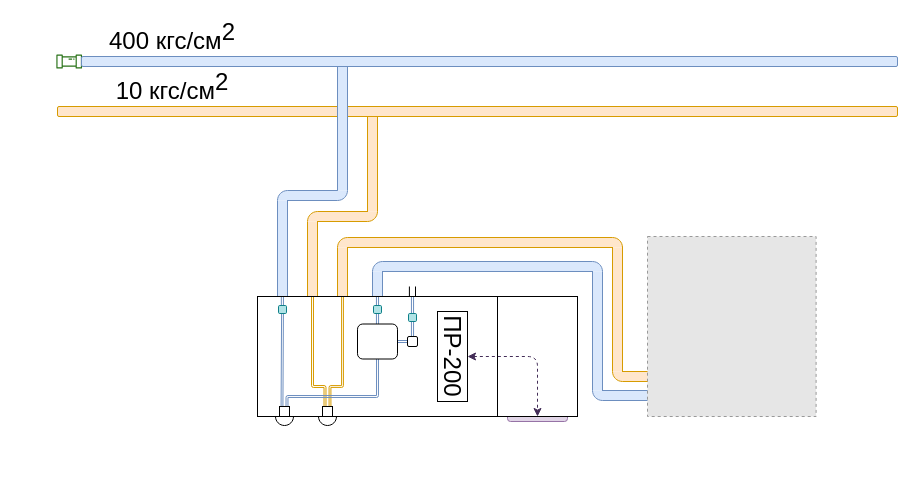
Above: Arhitecture.drawio in wolkoduff/- (draw.io), before the change. Source tidied: cells renumbered, new cells numbered last; positions are measured from the earlier drawing's top-left corner, leaving out a move shared by most shapes. Both pictures are drawn from the tidied source at 100%, with x=0, y=0 at pixel (56, 26). Pictures stored in the file or linked from it are replaced by grey dashed boxes.
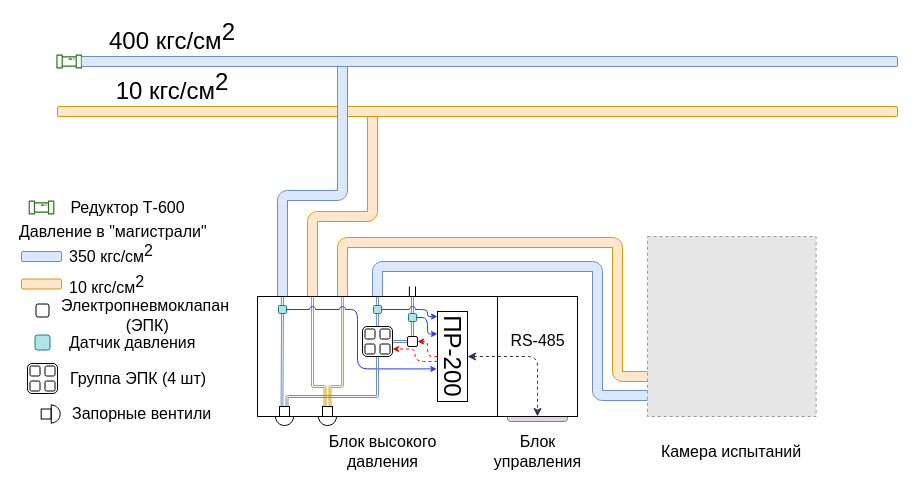
The same page after the edit.

The change refers to these unchanged cells:
```xml
<mxCell id="19" style="edgeStyle=orthogonalEdgeStyle;rounded=1;jettySize=auto;html=1;exitX=0.5;exitY=0;exitDx=0;exitDy=0;entryX=0.5;entryY=1;entryDx=0;entryDy=0;fontSize=24;startArrow=classic;startFill=1;dashed=1;fillColor=#76608a;strokeColor=#432D57;" parent="1" edge="1" source="81" target="18">
  <mxGeometry relative="1" as="geometry">
    <Array as="points">
      <mxPoint x="481" y="330" />
    </Array>
  </mxGeometry>
</mxCell>
<mxCell id="81" value="ПР-200" style="rounded=0;whiteSpace=wrap;html=1;fontSize=24;rotation=90;" parent="1" vertex="1">
  <mxGeometry x="351" y="315" width="90" height="30" as="geometry" />
</mxCell>
<mxCell id="92" style="rounded=1;whiteSpace=wrap;html=1;fontSize=24;glass=0;fillColor=#b0e3e6;strokeColor=#0e8088;" parent="1" vertex="1">
  <mxGeometry x="222" y="279" width="8" height="8" as="geometry" />
</mxCell>
<mxCell id="93" style="rounded=1;whiteSpace=wrap;html=1;fontSize=24;glass=0;" parent="1" vertex="1">
  <mxGeometry x="351" y="310" width="10" height="10" as="geometry" />
</mxCell>
<mxCell id="94" style="rounded=1;whiteSpace=wrap;html=1;fontSize=24;glass=0;fillColor=#b0e3e6;strokeColor=#0e8088;" parent="1" vertex="1">
  <mxGeometry x="317" y="279" width="8" height="8" as="geometry" />
</mxCell>
<mxCell id="95" style="rounded=1;whiteSpace=wrap;html=1;fontSize=24;glass=0;fillColor=#b0e3e6;strokeColor=#0e8088;" parent="1" vertex="1">
  <mxGeometry x="352" y="287" width="8" height="8" as="geometry" />
</mxCell>
```

What changed in the source:
```diff
@@
+    <mxCell id="99" value="RS-485" style="edgeLabel;html=1;align=center;verticalAlign=middle;fontSize=16;" parent="19" vertex="1">
+      <mxGeometry x="-0.12" relative="1" as="geometry">
+        <mxPoint x="12" y="-17" as="offset" />
+      </mxGeometry>
+    </mxCell>
@@
+    <mxCell id="100" style="edgeStyle=orthogonalEdgeStyle;rounded=1;jumpStyle=arc;jumpSize=6;jettySize=auto;html=1;exitX=1;exitY=0.5;exitDx=0;exitDy=0;entryX=0.638;entryY=1.023;entryDx=0;entryDy=0;entryPerimeter=0;startSize=4;endSize=4;strokeWidth=1;strokeColor=#3333FF;" parent="1" edge="1" source="92" target="81">
+      <mxGeometry relative="1" as="geometry">
+        <Array as="points">
+          <mxPoint x="301" y="283" />
+          <mxPoint x="301" y="342" />
+        </Array>
+      </mxGeometry>
+    </mxCell>
@@
+    <mxCell id="101" style="edgeStyle=orthogonalEdgeStyle;rounded=1;jumpStyle=arc;jumpSize=6;jettySize=auto;html=1;exitX=1;exitY=0.5;exitDx=0;exitDy=0;startSize=4;endSize=4;strokeWidth=1;strokeColor=#3333FF;" parent="1" edge="1" source="94">
+      <mxGeometry relative="1" as="geometry">
+        <mxPoint x="381" y="290" as="targetPoint" />
+        <Array as="points">
+          <mxPoint x="371" y="283" />
+          <mxPoint x="371" y="290" />
+          <mxPoint x="381" y="290" />
+        </Array>
+      </mxGeometry>
+    </mxCell>
@@
     <mxCell id="97" style="rounded=1;whiteSpace=wrap;html=1;fontSize=24;glass=0;" parent="1" vertex="1">
-      <mxGeometry x="301" y="297.5" width="40" height="35" as="geometry" />
+      <mxGeometry x="306" y="300" width="30" height="30" as="geometry" />
     </mxCell>
@@
+    <mxCell id="102" style="rounded=1;whiteSpace=wrap;html=1;fontSize=16;glass=0;fillColor=#b0e3e6;strokeColor=#0e8088;" parent="1" vertex="1">
+      <mxGeometry x="-21.5" y="308.5" width="15" height="15" as="geometry" />
+    </mxCell>
+    <mxCell id="103" style="rounded=1;whiteSpace=wrap;html=1;fontSize=24;glass=0;" parent="1" vertex="1">
+      <mxGeometry x="308.5" y="302.5" width="10" height="10" as="geometry" />
+    </mxCell>
+    <mxCell id="104" style="rounded=1;whiteSpace=wrap;html=1;fontSize=24;glass=0;" parent="1" vertex="1">
+      <mxGeometry x="308.5" y="317.5" width="10" height="10" as="geometry" />
+    </mxCell>
+    <mxCell id="105" style="rounded=1;whiteSpace=wrap;html=1;fontSize=24;glass=0;" parent="1" vertex="1">
+      <mxGeometry x="323.5" y="317.5" width="10" height="10" as="geometry" />
+    </mxCell>
+    <mxCell id="106" style="rounded=1;whiteSpace=wrap;html=1;fontSize=24;glass=0;" parent="1" vertex="1">
+      <mxGeometry x="323.5" y="302.5" width="10" height="10" as="geometry" />
+    </mxCell>
+    <mxCell id="107" style="rounded=1;whiteSpace=wrap;html=1;fontSize=16;glass=0;" parent="1" vertex="1">
+      <mxGeometry x="-20.5" y="277.5" width="13" height="13" as="geometry" />
+    </mxCell>
+    <mxCell id="108" style="group;fontSize=16;" parent="1" vertex="1">
+      <mxGeometry x="-29" y="337" width="30" height="30" as="geometry" />
+    </mxCell>
+    <mxCell id="109" style="rounded=1;whiteSpace=wrap;html=1;fontSize=16;glass=0;" parent="108" vertex="1">
+      <mxGeometry width="30" height="30" as="geometry" />
+    </mxCell>
+    <mxCell id="110" style="rounded=1;whiteSpace=wrap;html=1;fontSize=16;glass=0;" parent="108" vertex="1">
+      <mxGeometry x="17.5" y="2.5" width="10" height="10" as="geometry" />
+    </mxCell>
+    <mxCell id="111" style="rounded=1;whiteSpace=wrap;html=1;fontSize=16;glass=0;" parent="108" vertex="1">
+      <mxGeometry x="2.5" y="2.5" width="10" height="10" as="geometry" />
+    </mxCell>
+    <mxCell id="112" style="rounded=1;whiteSpace=wrap;html=1;fontSize=16;glass=0;" parent="108" vertex="1">
+      <mxGeometry x="2.5" y="17.5" width="10" height="10" as="geometry" />
+    </mxCell>
+    <mxCell id="113" style="rounded=1;whiteSpace=wrap;html=1;fontSize=16;glass=0;" parent="108" vertex="1">
+      <mxGeometry x="17.5" y="17.5" width="10" height="10" as="geometry" />
+    </mxCell>
+    <mxCell id="114" style="group;fontSize=16;" parent="1" vertex="1">
+      <mxGeometry x="-15.3" y="378" width="19" height="19" as="geometry" />
+    </mxCell>
+    <mxCell id="115" style="whiteSpace=wrap;html=1;rounded=0;glass=0;fontSize=16;" parent="114" vertex="1">
+      <mxGeometry y="4.5" width="10" height="10" as="geometry" />
+    </mxCell>
+    <mxCell id="116" style="verticalLabelPosition=bottom;verticalAlign=top;html=1;shape=mxgraph.basic.arc;startAngle=0.25;endAngle=0.75;rounded=1;glass=0;fontSize=16;rotation=-90;" parent="114" vertex="1">
+      <mxGeometry x="1" y="0.5" width="18" height="18" as="geometry" />
+    </mxCell>
+    <mxCell id="117" style="endArrow=none;html=1;entryX=0.989;entryY=0.504;entryDx=0;entryDy=0;entryPerimeter=0;fontSize=16;" parent="114" edge="1">
+      <mxGeometry relative="1" as="geometry">
+        <mxPoint x="10" y="19" as="sourcePoint" />
+        <mxPoint x="10" as="targetPoint" />
+      </mxGeometry>
+    </mxCell>
+    <mxCell id="118" style="rounded=1;whiteSpace=wrap;html=1;fillColor=#ffe6cc;strokeColor=#d79b00;fontSize=16;" parent="1" vertex="1">
+      <mxGeometry x="-35" y="252.5" width="40" height="10" as="geometry" />
+    </mxCell>
+    <mxCell id="119" style="rounded=1;whiteSpace=wrap;html=1;fillColor=#dae8fc;strokeColor=#6c8ebf;fontSize=16;" parent="1" vertex="1">
+      <mxGeometry x="-35" y="225" width="40" height="10" as="geometry" />
+    </mxCell>
+    <mxCell id="120" style="fontColor=#232F3E;gradientColor=none;fillColor=#277116;strokeColor=none;dashed=0;verticalLabelPosition=bottom;verticalAlign=top;align=center;html=1;fontSize=16;fontStyle=0;shape=mxgraph.aws4.iot_analytics_pipeline;" parent="1" vertex="1">
+      <mxGeometry x="-28" y="174" width="26" height="14" as="geometry" />
+    </mxCell>
+    <mxCell id="121" style="endArrow=classic;html=1;jumpSize=2;edgeStyle=orthogonalEdgeStyle;rounded=1;dashed=1;exitX=0.5;exitY=1;exitDx=0;exitDy=0;entryX=1;entryY=0.5;entryDx=0;entryDy=0;fillColor=#cce5ff;endSize=4;startSize=4;strokeWidth=1;strokeColor=#FF0000;" parent="1" edge="1" source="81" target="93">
+      <mxGeometry relative="1" as="geometry" />
+    </mxCell>
+    <mxCell id="122" style="endArrow=classic;html=1;jumpSize=2;edgeStyle=orthogonalEdgeStyle;rounded=1;dashed=1;exitX=0.555;exitY=1.002;exitDx=0;exitDy=0;entryX=1;entryY=0.75;entryDx=0;entryDy=0;fillColor=#cce5ff;endSize=4;startSize=4;strokeWidth=1;exitPerimeter=0;strokeColor=#FF0000;" parent="1" edge="1" source="81" target="97">
+      <mxGeometry relative="1" as="geometry" />
+    </mxCell>
+    <mxCell id="123" style="edgeStyle=orthogonalEdgeStyle;rounded=1;jumpSize=6;jettySize=auto;html=1;exitX=1;exitY=0.5;exitDx=0;exitDy=0;entryX=0.25;entryY=1;entryDx=0;entryDy=0;startSize=4;endSize=4;strokeWidth=1;jumpStyle=sharp;strokeColor=#3333FF;" parent="1" edge="1" source="95" target="81">
+      <mxGeometry relative="1" as="geometry">
+        <Array as="points">
+          <mxPoint x="371" y="291" />
+          <mxPoint x="371" y="308" />
+          <mxPoint x="381" y="308" />
+        </Array>
+      </mxGeometry>
+    </mxCell>
+    <mxCell id="124" value="Редуктор Т-600" style="text;html=1;strokeColor=none;fillColor=none;align=center;verticalAlign=middle;whiteSpace=wrap;rounded=0;fontSize=16;" parent="1" vertex="1">
+      <mxGeometry x="12.3" y="175" width="118.7" height="12" as="geometry" />
+    </mxCell>
+    <mxCell id="125" value="350 кгс/см&lt;sup style=&quot;font-size: 16px;&quot;&gt;2&lt;/sup&gt;" style="text;html=1;strokeColor=none;fillColor=none;align=left;verticalAlign=middle;whiteSpace=wrap;rounded=0;fontSize=16;" parent="1" vertex="1">
+      <mxGeometry x="11" y="221" width="90" height="12" as="geometry" />
+    </mxCell>
+    <mxCell id="126" value="10 кгс/см&lt;sup style=&quot;font-size: 16px;&quot;&gt;2&lt;/sup&gt;" style="text;html=1;strokeColor=none;fillColor=none;align=left;verticalAlign=middle;whiteSpace=wrap;rounded=0;fontSize=16;" parent="1" vertex="1">
+      <mxGeometry x="11" y="252.5" width="90" height="10" as="geometry" />
+    </mxCell>
+    <mxCell id="127" value="Давление в &quot;магистрали&quot;" style="text;html=1;strokeColor=none;fillColor=none;align=left;verticalAlign=middle;whiteSpace=wrap;rounded=0;fontSize=16;" parent="1" vertex="1">
+      <mxGeometry x="-39" y="199" width="250" height="12" as="geometry" />
+    </mxCell>
+    <mxCell id="128" value="Электропневмоклапан&lt;br&gt;&amp;nbsp;(ЭПК)" style="text;html=1;strokeColor=none;fillColor=none;align=center;verticalAlign=middle;whiteSpace=wrap;rounded=0;fontSize=16;" parent="1" vertex="1">
+      <mxGeometry x="-21.5" y="283" width="220" height="12" as="geometry" />
+    </mxCell>
+    <mxCell id="129" value="Датчик давления" style="text;html=1;strokeColor=none;fillColor=none;align=left;verticalAlign=middle;whiteSpace=wrap;rounded=0;fontSize=16;" parent="1" vertex="1">
+      <mxGeometry x="11" y="310" width="170" height="12" as="geometry" />
+    </mxCell>
+    <mxCell id="130" value="Группа ЭПК (4 шт)" style="text;html=1;strokeColor=none;fillColor=none;align=left;verticalAlign=middle;whiteSpace=wrap;rounded=0;fontSize=16;" parent="1" vertex="1">
+      <mxGeometry x="12.3" y="346" width="178.7" height="12" as="geometry" />
+    </mxCell>
+    <mxCell id="131" value="Запорные вентили" style="text;html=1;strokeColor=none;fillColor=none;align=left;verticalAlign=middle;whiteSpace=wrap;rounded=0;fontSize=16;" parent="1" vertex="1">
+      <mxGeometry x="14.2" y="380.5" width="150.5" height="12" as="geometry" />
+    </mxCell>
+    <mxCell id="132" value="Блок высокого давления" style="text;html=1;strokeColor=none;fillColor=none;align=center;verticalAlign=middle;whiteSpace=wrap;rounded=0;fontSize=16;" parent="1" vertex="1">
+      <mxGeometry x="238.5" y="410" width="175" height="30" as="geometry" />
+    </mxCell>
+    <mxCell id="133" value="Камера испытаний" style="text;html=1;strokeColor=none;fillColor=none;align=center;verticalAlign=middle;whiteSpace=wrap;rounded=0;fontSize=16;" parent="1" vertex="1">
+      <mxGeometry x="555.3" y="410" width="240" height="30" as="geometry" />
+    </mxCell>
+    <mxCell id="134" value="Блок управления" style="text;html=1;strokeColor=none;fillColor=none;align=center;verticalAlign=middle;whiteSpace=wrap;rounded=0;fontSize=16;" parent="1" vertex="1">
+      <mxGeometry x="433.5" y="410" width="95" height="30" as="geometry" />
+    </mxCell>
```
